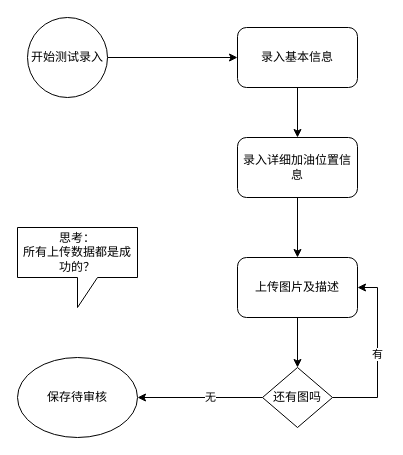
Earlier version of the draw.io diagram WMS_INPUT_1.drawio (cuckoolhz/drawIO). Source tidied: cells renumbered, new cells numbered last; positions are measured from the earlier drawing's top-left corner, leaving out a move shared by most shapes. Both pictures are drawn from the tidied source at 100%, with x=0, y=0 at pixel (17, 17).
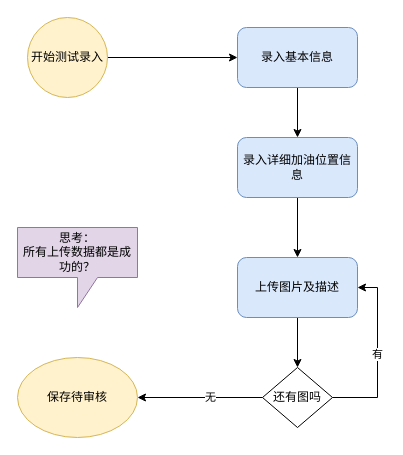
After the change.

Diff of the diagram source:
```diff
@@
 <mxGraphModel>
   <root>
     <mxCell id="0" />
     <mxCell id="1" parent="0" />
     <mxCell id="2" style="edgeStyle=orthogonalEdgeStyle;rounded=0;jettySize=auto;html=1;entryX=0;entryY=0.5;entryDx=0;entryDy=0;" parent="1" edge="1" source="3" target="5">
       <mxGeometry relative="1" as="geometry" />
     </mxCell>
-    <mxCell id="3" value="开始测试录入" style="ellipse;whiteSpace=wrap;html=1;" parent="1" vertex="1">
+    <mxCell id="3" value="开始测试录入" style="ellipse;whiteSpace=wrap;html=1;fillColor=#fff2cc;strokeColor=#d6b656;" parent="1" vertex="1">
       <mxGeometry x="10" width="80" height="80" as="geometry" />
     </mxCell>
     <mxCell id="4" style="edgeStyle=orthogonalEdgeStyle;rounded=0;jettySize=auto;html=1;entryX=0.5;entryY=0;entryDx=0;entryDy=0;" parent="1" edge="1" source="5" target="7">
       <mxGeometry relative="1" as="geometry" />
     </mxCell>
-    <mxCell id="5" value="录入基本信息" style="rounded=1;whiteSpace=wrap;html=1;" parent="1" vertex="1">
+    <mxCell id="5" value="录入基本信息" style="rounded=1;whiteSpace=wrap;html=1;fillColor=#dae8fc;strokeColor=#6c8ebf;" parent="1" vertex="1">
       <mxGeometry x="220" y="10" width="120" height="60" as="geometry" />
     </mxCell>
     <mxCell id="6" style="edgeStyle=orthogonalEdgeStyle;rounded=0;jettySize=auto;html=1;entryX=0.5;entryY=0;entryDx=0;entryDy=0;" parent="1" edge="1" source="7" target="9">
       <mxGeometry relative="1" as="geometry" />
     </mxCell>
-    <mxCell id="7" value="录入详细加油位置信息" style="rounded=1;whiteSpace=wrap;html=1;" parent="1" vertex="1">
+    <mxCell id="7" value="录入详细加油位置信息" style="rounded=1;whiteSpace=wrap;html=1;fillColor=#dae8fc;strokeColor=#6c8ebf;" parent="1" vertex="1">
       <mxGeometry x="220" y="120" width="120" height="60" as="geometry" />
     </mxCell>
     <mxCell id="8" style="edgeStyle=orthogonalEdgeStyle;rounded=0;jettySize=auto;html=1;entryX=0.5;entryY=0;entryDx=0;entryDy=0;" parent="1" edge="1" source="9" target="13">
       <mxGeometry relative="1" as="geometry" />
     </mxCell>
-    <mxCell id="9" value="上传图片及描述" style="rounded=1;whiteSpace=wrap;html=1;" parent="1" vertex="1">
+    <mxCell id="9" value="上传图片及描述" style="rounded=1;whiteSpace=wrap;html=1;fillColor=#dae8fc;strokeColor=#6c8ebf;" parent="1" vertex="1">
       <mxGeometry x="220" y="240" width="120" height="60" as="geometry" />
     </mxCell>
     <mxCell id="10" value="有" style="edgeStyle=orthogonalEdgeStyle;rounded=0;jettySize=auto;html=1;entryX=1;entryY=0.5;entryDx=0;entryDy=0;" parent="1" edge="1" source="13" target="9">
       <mxGeometry relative="1" as="geometry">
         <Array as="points">
           <mxPoint x="360" y="380" />
           <mxPoint x="360" y="270" />
         </Array>
       </mxGeometry>
     </mxCell>
     <mxCell id="11" style="edgeStyle=orthogonalEdgeStyle;rounded=0;jettySize=auto;html=1;entryX=1;entryY=0.5;entryDx=0;entryDy=0;" parent="1" edge="1" source="13" target="14">
       <mxGeometry relative="1" as="geometry" />
     </mxCell>
     <mxCell id="12" value="无" style="edgeLabel;html=1;align=center;verticalAlign=middle;" parent="11" vertex="1">
       <mxGeometry x="-0.16" y="-1" relative="1" as="geometry" />
     </mxCell>
     <mxCell id="13" value="还有图吗" style="rhombus;whiteSpace=wrap;html=1;" parent="1" vertex="1">
       <mxGeometry x="245" y="350" width="70" height="60" as="geometry" />
     </mxCell>
-    <mxCell id="14" value="保存待审核" style="ellipse;whiteSpace=wrap;html=1;" parent="1" vertex="1">
+    <mxCell id="14" value="保存待审核" style="ellipse;whiteSpace=wrap;html=1;fillColor=#fff2cc;strokeColor=#d6b656;" parent="1" vertex="1">
       <mxGeometry y="340" width="120" height="80" as="geometry" />
     </mxCell>
-    <mxCell id="15" value="思考：&lt;br&gt;所有上传数据都是成功的？" style="shape=callout;whiteSpace=wrap;html=1;perimeter=calloutPerimeter;" parent="1" vertex="1">
+    <mxCell id="15" value="思考：&lt;br&gt;所有上传数据都是成功的？" style="shape=callout;whiteSpace=wrap;html=1;perimeter=calloutPerimeter;fillColor=#e1d5e7;strokeColor=#9673a6;" parent="1" vertex="1">
       <mxGeometry y="210" width="120" height="80" as="geometry" />
     </mxCell>
   </root>
 </mxGraphModel>
```
